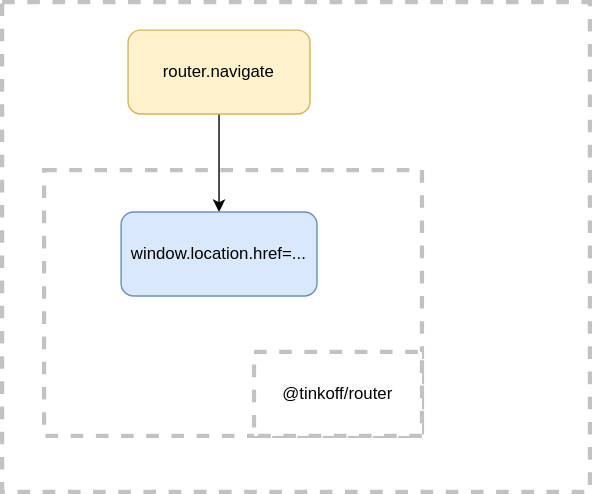
Earlier version of the draw.io export tools/docSite/static/img/router/navigate-flow-client-no-spa.drawio.svg (Tinkoff/tramvai). Source tidied: cells renumbered, new cells last; positions are measured from the earlier drawing's top-left corner, leaving out a move shared by most shapes. The source it was exported from:
```xml
<mxGraphModel>
  <root>
    <mxCell id="0" />
    <mxCell id="1" parent="0" />
    <mxCell id="2" style="rounded=0;whiteSpace=wrap;html=1;dashed=1;strokeColor=#C2C2C2;strokeWidth=3;" parent="1" vertex="1">
      <mxGeometry width="420" height="350" as="geometry" />
    </mxCell>
    <mxCell id="3" style="whiteSpace=wrap;html=1;dashed=1;strokeWidth=3;strokeColor=#C2C2C2;" parent="1" vertex="1">
      <mxGeometry x="30" y="120" width="270" height="190" as="geometry" />
    </mxCell>
    <mxCell id="4" style="edgeStyle=orthogonalEdgeStyle;rounded=0;jettySize=auto;html=1;exitX=0.5;exitY=1;exitDx=0;exitDy=0;entryX=0.5;entryY=0;entryDx=0;entryDy=0;" parent="1" edge="1" source="5">
      <mxGeometry relative="1" as="geometry">
        <mxPoint x="155" y="150" as="targetPoint" />
        <Array as="points">
          <mxPoint x="155" y="120" />
          <mxPoint x="155" y="120" />
        </Array>
      </mxGeometry>
    </mxCell>
    <mxCell id="5" value="router.navigate" style="rounded=1;whiteSpace=wrap;html=1;strokeColor=#d6b656;strokeWidth=1;fillColor=#fff2cc;" parent="1" vertex="1">
      <mxGeometry x="90" y="20" width="130" height="60" as="geometry" />
    </mxCell>
    <mxCell id="6" value="window.location.href=..." style="rounded=1;whiteSpace=wrap;html=1;strokeColor=#6c8ebf;strokeWidth=1;fillColor=#dae8fc;" parent="1" vertex="1">
      <mxGeometry x="85" y="150" width="140" height="60" as="geometry" />
    </mxCell>
    <mxCell id="7" value="@tinkoff/router" style="rounded=0;whiteSpace=wrap;html=1;dashed=1;strokeWidth=3;strokeColor=#C2C2C2;" parent="1" vertex="1">
      <mxGeometry x="180" y="250" width="120" height="60" as="geometry" />
    </mxCell>
  </root>
</mxGraphModel>
```
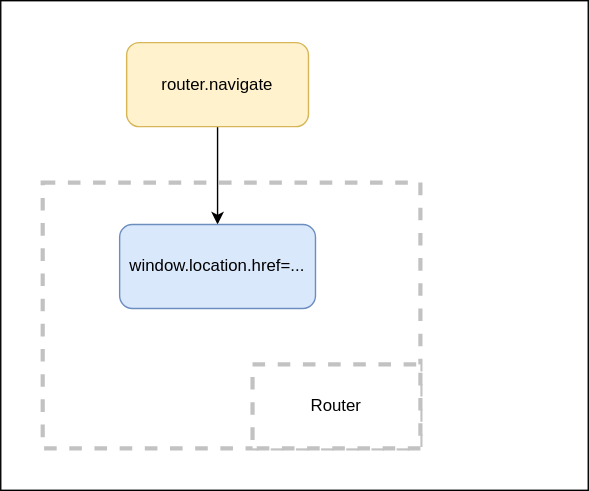
Later version of the same file.

Change to the diagram source:
```diff
@@ -2,8 +2,8 @@
   <root>
     <mxCell id="0" />
     <mxCell id="1" parent="0" />
-    <mxCell id="2" style="rounded=0;whiteSpace=wrap;html=1;dashed=1;strokeColor=#C2C2C2;strokeWidth=3;" parent="1" vertex="1">
-      <mxGeometry width="420" height="350" as="geometry" />
+    <mxCell id="2" style="rounded=0;whiteSpace=wrap;html=1;strokeColor=#000000;strokeWidth=1;" parent="1" vertex="1">
+      <mxGeometry y="-10" width="420" height="350" as="geometry" />
     </mxCell>
     <mxCell id="3" style="whiteSpace=wrap;html=1;dashed=1;strokeWidth=3;strokeColor=#C2C2C2;" parent="1" vertex="1">
       <mxGeometry x="30" y="120" width="270" height="190" as="geometry" />
@@ -23,7 +23,7 @@
     <mxCell id="6" value="window.location.href=..." style="rounded=1;whiteSpace=wrap;html=1;strokeColor=#6c8ebf;strokeWidth=1;fillColor=#dae8fc;" parent="1" vertex="1">
       <mxGeometry x="85" y="150" width="140" height="60" as="geometry" />
     </mxCell>
-    <mxCell id="7" value="@tinkoff/router" style="rounded=0;whiteSpace=wrap;html=1;dashed=1;strokeWidth=3;strokeColor=#C2C2C2;" parent="1" vertex="1">
+    <mxCell id="7" value="Router" style="rounded=0;whiteSpace=wrap;html=1;dashed=1;strokeWidth=3;strokeColor=#C2C2C2;" parent="1" vertex="1">
       <mxGeometry x="180" y="250" width="120" height="60" as="geometry" />
     </mxCell>
   </root>
```
